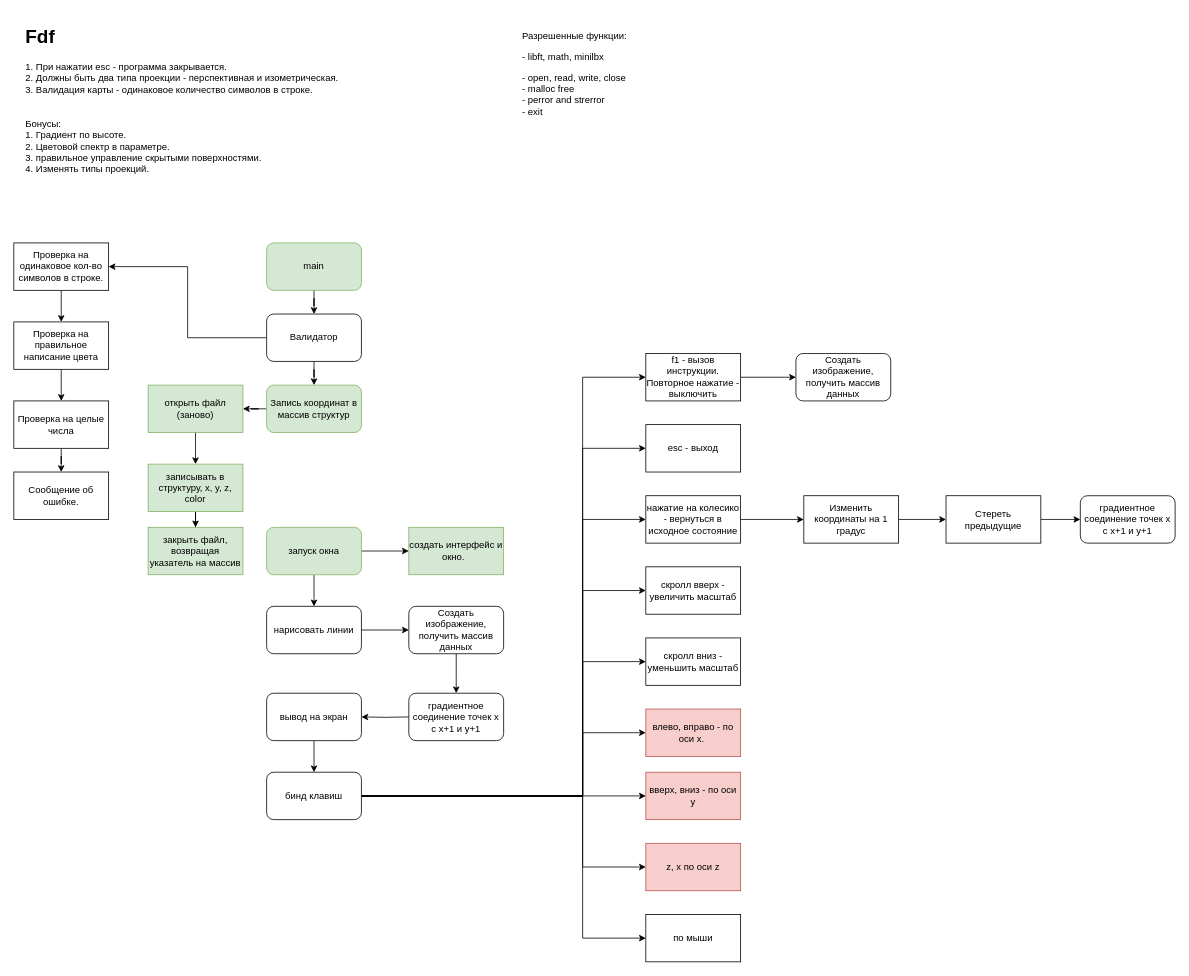
Yaroslew/Fdf keeps this draw.io diagram as map.drawio. Above is the earlier version. Source tidied: cells renumbered, new cells numbered last; positions are measured from the earlier drawing's top-left corner, leaving out a move shared by most shapes. Both pictures are drawn from the tidied source at 79%, with x=0, y=0 at pixel (13, 13).
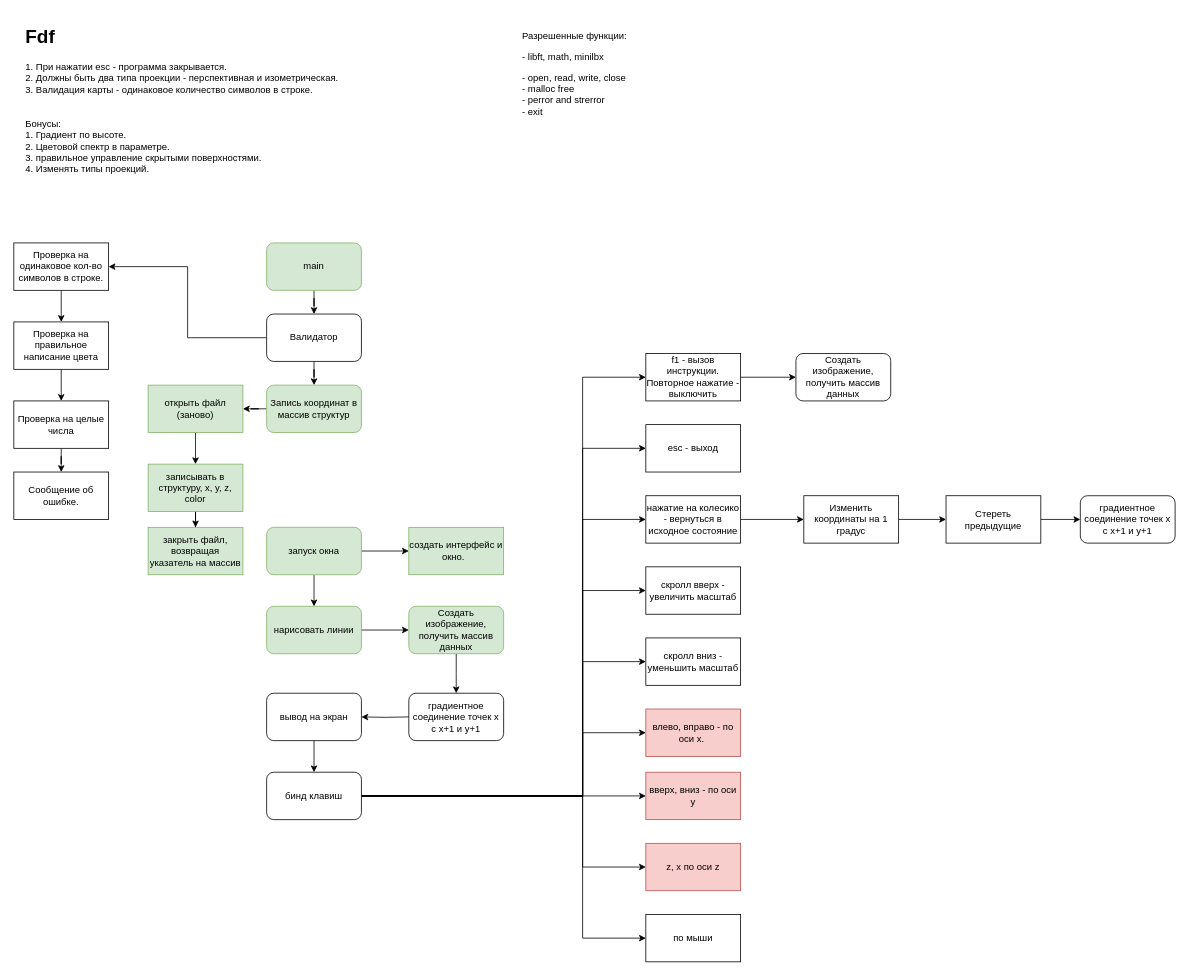
The same page after the edit.

The edit, as a diff of the source:
```diff
@@
-    <mxCell id="48" value="нарисовать линии" style="rounded=1;whiteSpace=wrap;html=1;" parent="1" vertex="1">
+    <mxCell id="48" value="нарисовать линии" style="rounded=1;whiteSpace=wrap;html=1;fillColor=#d5e8d4;strokeColor=#82b366;" parent="1" vertex="1">
       <mxGeometry x="320" y="750" width="120" height="60" as="geometry" />
     </mxCell>
@@
-    <mxCell id="51" value="&lt;span&gt;Создать изображение, получить массив данных&lt;/span&gt;" style="rounded=1;whiteSpace=wrap;html=1;" parent="1" vertex="1">
+    <mxCell id="51" value="&lt;span&gt;Создать изображение, получить массив данных&lt;/span&gt;" style="rounded=1;whiteSpace=wrap;html=1;fillColor=#d5e8d4;strokeColor=#82b366;" parent="1" vertex="1">
       <mxGeometry x="500" y="750" width="120" height="60" as="geometry" />
     </mxCell>
```
